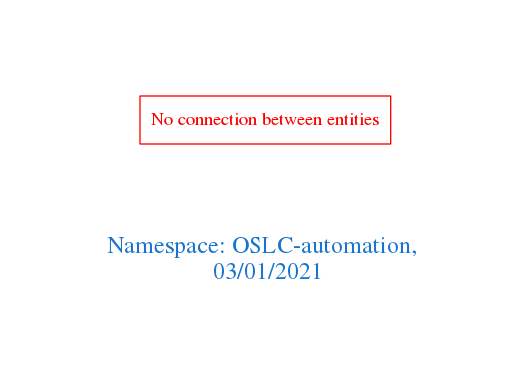
This is downloads/OSLC-automation.png from arago/OGIT, a Graphviz export, as it was before one commit. Its source is kept beside it as downloads/OSLC-automation.dot.
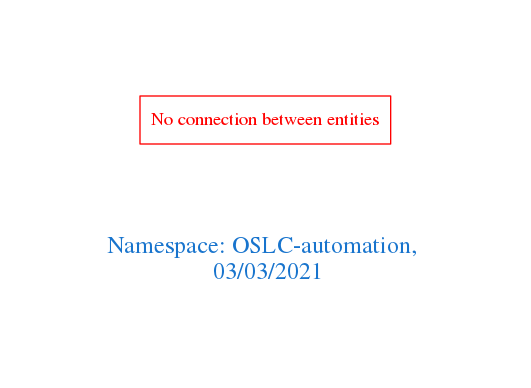
After the change.

Diff of the diagram source:
```diff
@@ -1,7 +1,7 @@
 digraph OGIT_ontology {
  graph [ rankdir= LR,pad=1
 fontsize = 18,
-fontcolor= dodgerblue3,label = "\n\n\nNamespace: OSLC-automation, \n 03/01/2021"];
+fontcolor= dodgerblue3,label = "\n\n\nNamespace: OSLC-automation, \n 03/03/2021"];
 node[shape=polygon];
 edge [  color="gray81"];
 
```
